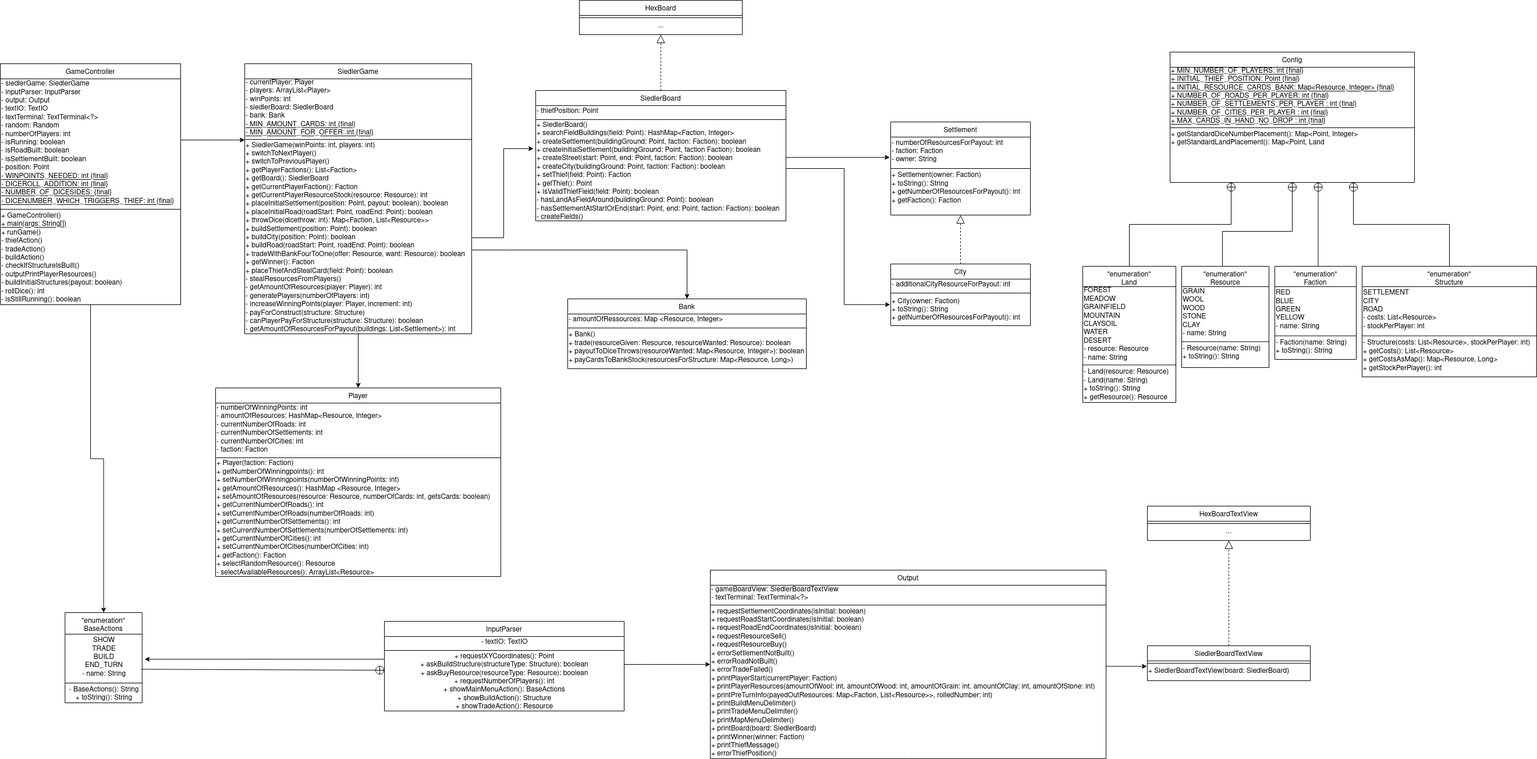
Above: doc/Klassendiagramm.png in YvesBraendli/catan_PM1 (draw.io), before the change. Source tidied: cells renumbered, new cells last; positions are measured from the earlier drawing's top-left corner, leaving out a move shared by most shapes.
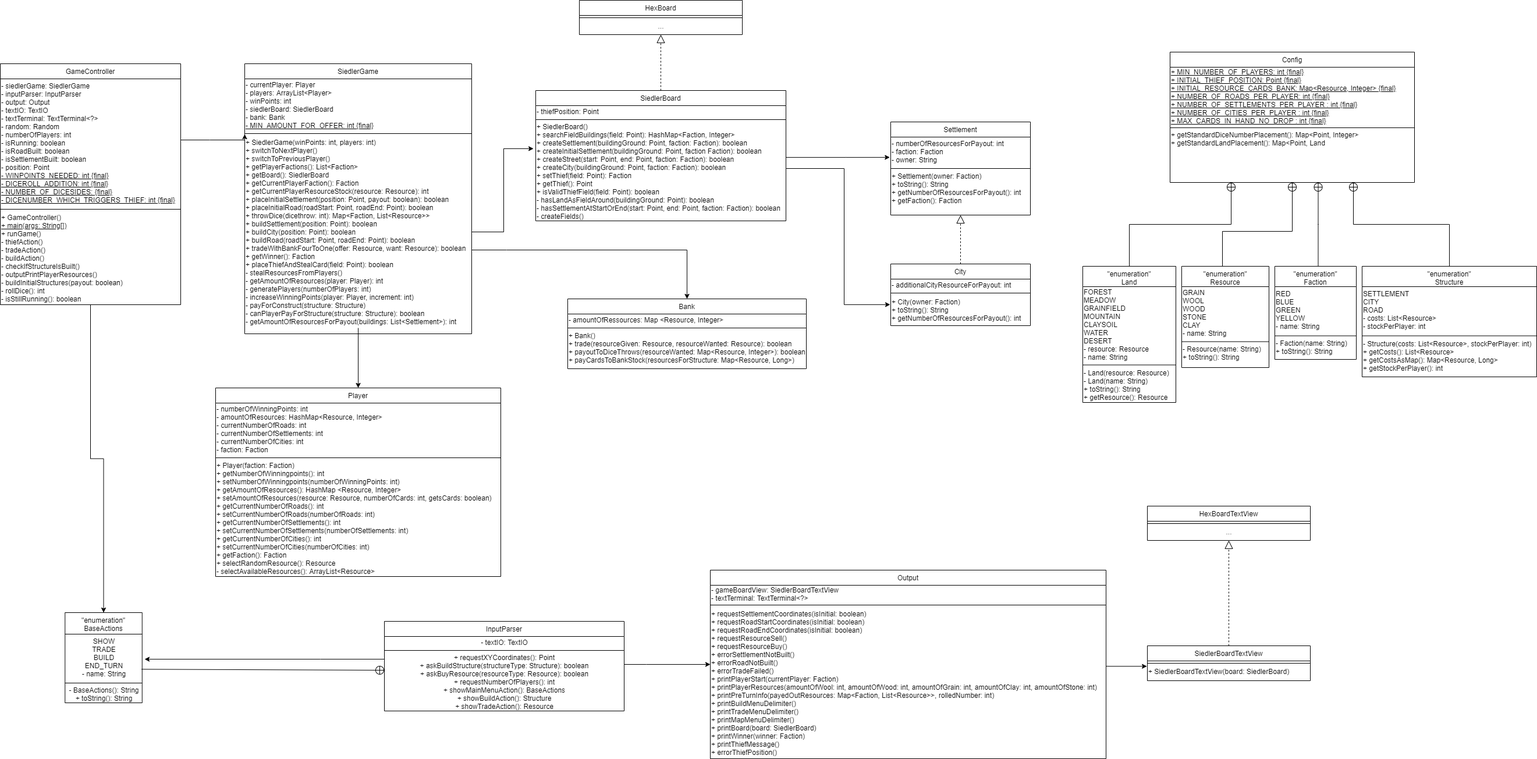
The same file after the commit.

Commit message:
update class diagramm

The edit, as a diff of the source:
```diff
@@ -24,14 +24,14 @@
     <mxCell id="5" value="SiedlerGame" style="swimlane;fontStyle=0;align=center;verticalAlign=top;horizontal=1;startSize=26;rounded=0;shadow=0;strokeWidth=1;" parent="1" vertex="1">
       <mxGeometry x="420" y="109" width="390" height="464" as="geometry" />
     </mxCell>
-    <mxCell id="6" value="- currentPlayer: Player&lt;br&gt;- players: ArrayList&amp;lt;Player&amp;gt;&lt;br&gt;- winPoints: int&lt;br&gt;- siedlerBoard: SiedlerBoard&lt;br&gt;- bank: Bank&lt;br&gt;&lt;u&gt;- MIN_AMOUNT_CARDS: int {final}&lt;/u&gt;&lt;br&gt;&lt;u&gt;- MIN_AMOUNT_FOR_OFFER: int {final}&lt;/u&gt;" style="text;html=1;align=left;verticalAlign=middle;" parent="5" vertex="1">
-      <mxGeometry y="26" width="390" height="100" as="geometry" />
+    <mxCell id="6" value="- currentPlayer: Player&lt;br&gt;- players: ArrayList&amp;lt;Player&amp;gt;&lt;br&gt;- winPoints: int&lt;br&gt;- siedlerBoard: SiedlerBoard&lt;br&gt;- bank: Bank&lt;br&gt;&lt;u&gt;- MIN_AMOUNT_FOR_OFFER: int {final}&lt;/u&gt;" style="text;html=1;align=left;verticalAlign=middle;" parent="5" vertex="1">
+      <mxGeometry y="26" width="390" height="90" as="geometry" />
     </mxCell>
     <mxCell id="7" style="line;html=1;strokeWidth=1;align=left;verticalAlign=middle;spacingTop=-1;spacingLeft=3;spacingRight=3;labelPosition=right;points=[];portConstraint=eastwest;" parent="5" vertex="1">
-      <mxGeometry y="126" width="390" height="8" as="geometry" />
+      <mxGeometry y="116" width="390" height="8" as="geometry" />
     </mxCell>
     <mxCell id="8" value="+ SiedlerGame(winPoints: int, players: int)&lt;br&gt;+ switchToNextPlayer()&lt;br&gt;+ switchToPreviousPlayer()&lt;br&gt;+ getPlayerFactions(): List&amp;lt;Faction&amp;gt;&lt;br&gt;+ getBoard(): SiedlerBoard&lt;br&gt;+ getCurrentPlayerFaction(): Faction&lt;br&gt;+ getCurrentPlayerResourceStock(resource: Resource): int&lt;br&gt;+ placeInitialSettlement(position: Point, payout: boolean): boolean&lt;br&gt;+ placeInitialRoad(roadStart: Point, roadEnd: Point): boolean&lt;br&gt;+ throwDice(dicethrow: int): Map&amp;lt;Faction, List&amp;lt;Resource&amp;gt;&amp;gt;&lt;br&gt;+ buildSettlement(position: Point): boolean&lt;br&gt;+ buildCity(position: Point): boolean&lt;br&gt;+ buildRoad(roadStart: Point, roadEnd: Point): boolean&lt;br&gt;+ tradeWithBankFourToOne(offer: Resource, want: Resource): boolean&lt;br&gt;+ getWinner(): Faction&lt;br&gt;&lt;div&gt;+ placeThiefAndStealCard(field: Point): boolean&lt;/div&gt;&lt;div&gt;- stealResourcesFromPlayers()&lt;/div&gt;&lt;div&gt;- getAmountOfResources(player: Player): int&lt;br&gt;&lt;/div&gt;- generatePlayers(numberOfPlayers: int)&lt;br&gt;- increaseWinningPoints(player: Player, increment: int)&lt;br&gt;- payForConstruct(structure: Structure)&lt;br&gt;&lt;div&gt;- canPlayerPayForStructure(structure: Structure): boolean&lt;/div&gt;&lt;div&gt;- getAmountOfResourcesForPayout(buildings: List&amp;lt;Settlement&amp;gt;): int&lt;br&gt;&lt;/div&gt;" style="text;html=1;align=left;verticalAlign=middle;points=[];" parent="5" vertex="1">
-      <mxGeometry y="134" width="390" height="330" as="geometry" />
+      <mxGeometry y="124" width="390" height="330" as="geometry" />
     </mxCell>
     <mxCell id="9" style="edgeStyle=orthogonalEdgeStyle;rounded=0;jettySize=auto;html=1;entryX=0;entryY=0.638;entryDx=0;entryDy=0;entryPerimeter=0;" parent="1" edge="1" source="11" target="7">
       <mxGeometry relative="1" as="geometry">
```
